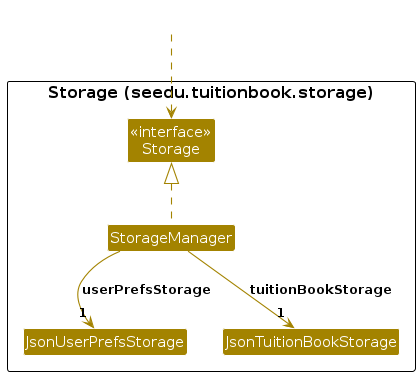
Before: diagrams/StorageClassDiagram.png, a diagram exported from PlantUML (AY2627S1-CS2103T-T16-2/tp). Its source is kept beside it as diagrams/StorageClassDiagram.puml.
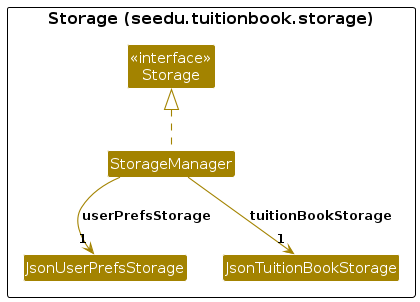
Above is the later version.

Change to the diagram source:
```diff
@@ -16,9 +16,6 @@
 
 }
 
-Class HiddenOutside #FFFFFF
-HiddenOutside ..> Storage
-
 StorageManager .up.|> Storage
 StorageManager -down-> "1" JsonUserPrefsStorage : userPrefsStorage
 StorageManager -down-> "1" JsonTuitionBookStorage : tuitionBookStorage
```
